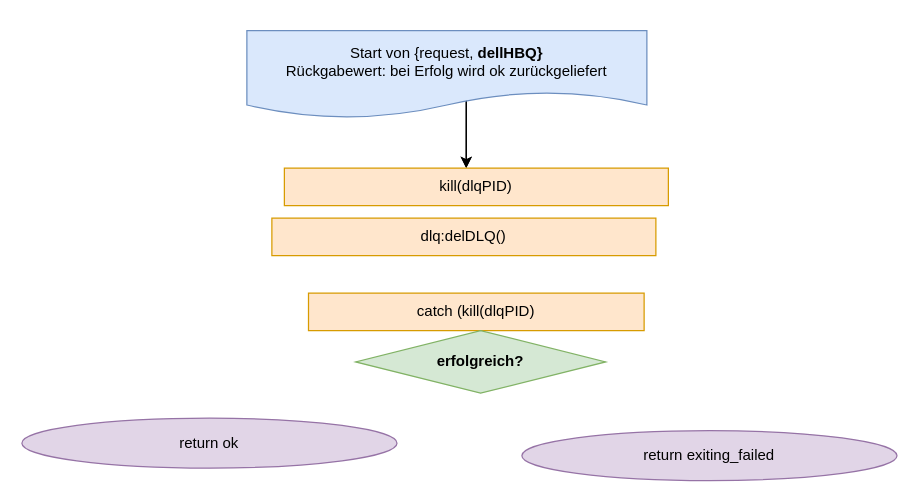
Above: Grafiken:Bilder/draw.io/HBQ/6. delHBQ.drawio in krisschaaf/Hausarbeit_Erlang_Queues (draw.io), before the change. Source tidied: cells renumbered, new cells numbered last; positions are measured from the earlier drawing's top-left corner, leaving out a move shared by most shapes. Both pictures are drawn from the tidied source at 125%, with x=0, y=0 at pixel (21, 30).
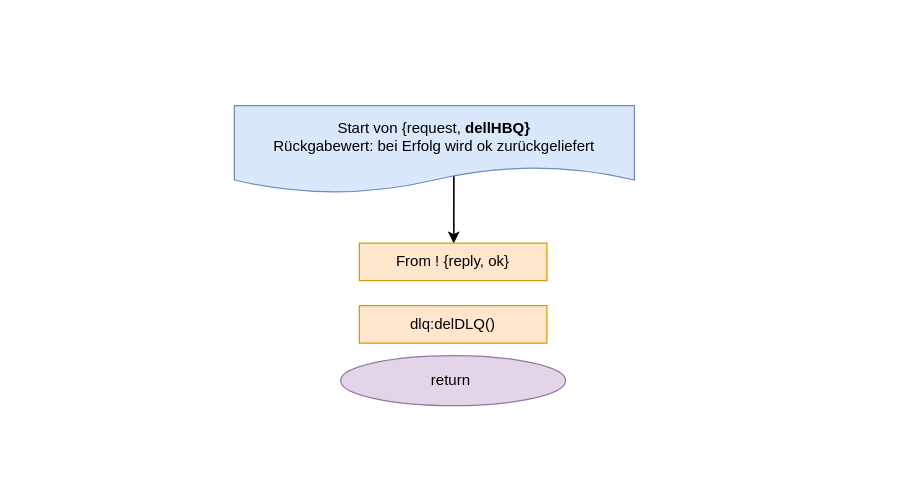
The same page after the edit.

The edit, as a diff of the source:
```diff
@@
 <mxGraphModel>
   <root>
     <mxCell id="0" />
     <mxCell id="1" parent="0" />
     <mxCell id="2" style="edgeStyle=orthogonalEdgeStyle;rounded=0;orthogonalLoop=1;jettySize=auto;html=1;exitX=0.5;exitY=0;exitDx=0;exitDy=0;" parent="1" edge="1">
       <mxGeometry relative="1" as="geometry">
-        <mxPoint x="355.5" y="10" as="sourcePoint" />
-        <mxPoint x="355.5" y="110" as="targetPoint" />
+        <mxPoint x="345.5" y="70" as="sourcePoint" />
+        <mxPoint x="345.5" y="170" as="targetPoint" />
         <Array as="points">
-          <mxPoint x="355.6" y="30" />
-          <mxPoint x="355.6" y="30" />
+          <mxPoint x="345.6" y="90" />
+          <mxPoint x="345.6" y="90" />
         </Array>
       </mxGeometry>
     </mxCell>
     <mxCell id="3" style="edgeStyle=orthogonalEdgeStyle;rounded=0;jettySize=auto;html=1;exitX=0.5;exitY=0;exitDx=0;exitDy=0;" parent="1" edge="1" source="4">
       <mxGeometry relative="1" as="geometry">
-        <mxPoint x="355.5" y="110" as="targetPoint" />
+        <mxPoint x="345.5" y="170" as="targetPoint" />
         <Array as="points">
-          <mxPoint x="355.6" y="30" />
-          <mxPoint x="355.6" y="30" />
+          <mxPoint x="345.6" y="90" />
+          <mxPoint x="345.6" y="90" />
         </Array>
       </mxGeometry>
     </mxCell>
     <mxCell id="4" value="Start von {request,&amp;nbsp;&lt;b&gt;dellHBQ}&lt;/b&gt;&lt;br&gt;Rückgabewert: bei Erfolg wird ok zurückgeliefert" style="shape=document;whiteSpace=wrap;html=1;boundedLbl=1;fillColor=#dae8fc;strokeColor=#6c8ebf;" parent="1" vertex="1">
-      <mxGeometry x="180" width="320" height="70" as="geometry" />
+      <mxGeometry x="170" y="60" width="320" height="70" as="geometry" />
     </mxCell>
-    <mxCell id="5" value="return ok" style="ellipse;whiteSpace=wrap;html=1;rounded=0;fillColor=#e1d5e7;strokeColor=#9673a6;" parent="1" vertex="1">
-      <mxGeometry y="310" width="300.1" height="40" as="geometry" />
+    <mxCell id="5" value="return&amp;nbsp;" style="ellipse;whiteSpace=wrap;html=1;rounded=0;fillColor=#e1d5e7;strokeColor=#9673a6;" parent="1" vertex="1">
+      <mxGeometry x="255" y="260" width="180" height="40" as="geometry" />
     </mxCell>
-    <mxCell id="6" value="kill(dlqPID)" style="rounded=0;whiteSpace=wrap;html=1;fillColor=#ffe6cc;strokeColor=#d79b00;" parent="1" vertex="1">
-      <mxGeometry x="210" y="110" width="307.2" height="30" as="geometry" />
-    </mxCell>
-    <mxCell id="7" value="catch (kill(dlqPID)" style="rounded=0;whiteSpace=wrap;html=1;fillColor=#ffe6cc;strokeColor=#d79b00;" parent="1" vertex="1">
-      <mxGeometry x="229.3" y="210" width="268.5" height="30" as="geometry" />
-    </mxCell>
-    <mxCell id="8" value="erfolgreich?" style="rhombus;whiteSpace=wrap;html=1;rounded=0;fillColor=#d5e8d4;strokeColor=#82b366;fontStyle=1;" parent="1" vertex="1">
-      <mxGeometry x="267" y="240" width="200" height="50" as="geometry" />
-    </mxCell>
-    <mxCell id="9" value="return exiting_failed" style="ellipse;whiteSpace=wrap;html=1;rounded=0;fillColor=#e1d5e7;strokeColor=#9673a6;" parent="1" vertex="1">
-      <mxGeometry x="400" y="320" width="300.1" height="40" as="geometry" />
-    </mxCell>
     <mxCell id="10" value="dlq:delDLQ()" style="rounded=0;whiteSpace=wrap;html=1;fillColor=#ffe6cc;strokeColor=#d79b00;" parent="1" vertex="1">
-      <mxGeometry x="200" y="150" width="307.2" height="30" as="geometry" />
+      <mxGeometry x="270" y="220" width="150" height="30" as="geometry" />
     </mxCell>
+    <mxCell id="11" value="From ! {reply, ok}" style="rounded=0;whiteSpace=wrap;html=1;fillColor=#ffe6cc;strokeColor=#d79b00;" parent="1" vertex="1">
+      <mxGeometry x="270" y="170" width="150" height="30" as="geometry" />
+    </mxCell>
   </root>
 </mxGraphModel>
```
